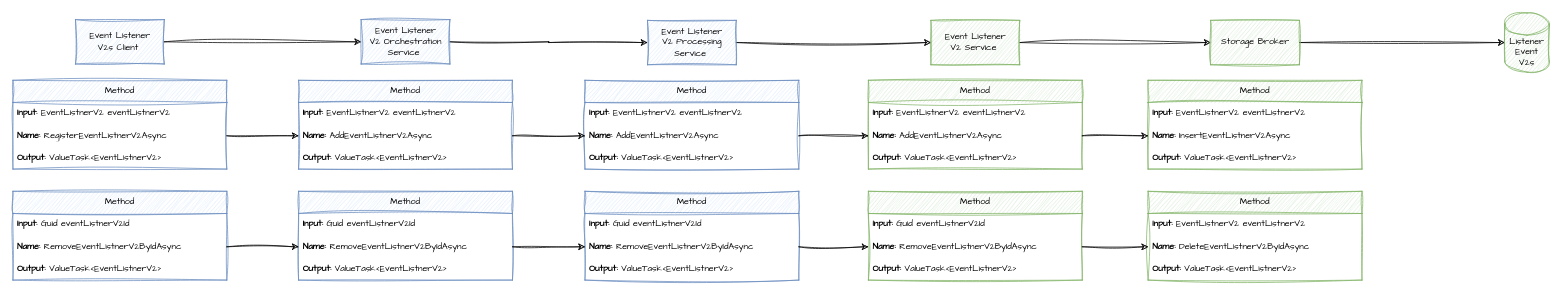
hassanhabib/EventHighway keeps this draw.io diagram as page "REGISTER AND REMOVE EVENT LISTENER V2" (4 of 5) of EventHighway.Designs/EVENTS.drawio. Above is the earlier version. Source tidied: cells renumbered, new cells numbered last; positions are measured from the earlier drawing's top-left corner, leaving out a move shared by most shapes. Both pictures are drawn from the tidied source at 74%, with x=0, y=0 at pixel (13, 13).
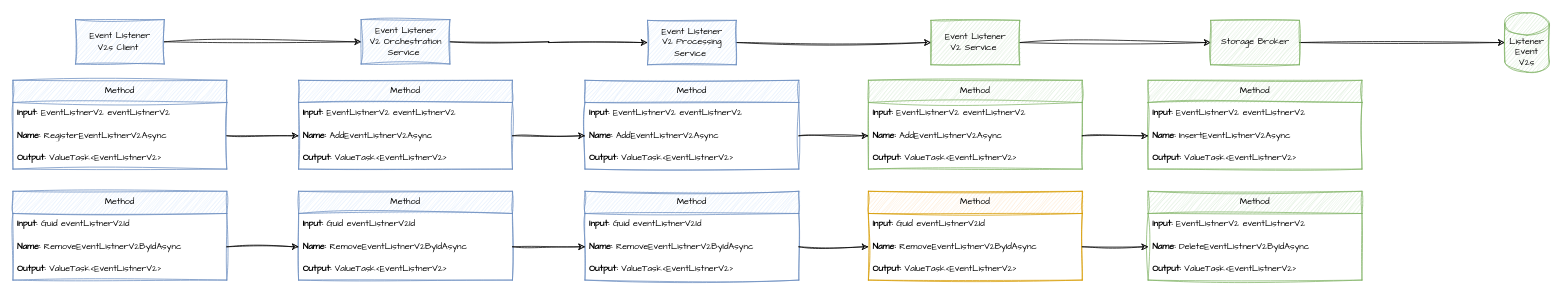
The same page after the edit.

Change to the diagram source:
```diff
@@
-    <mxCell id="40" value="Method" style="swimlane;fontStyle=0;horizontal=1;startSize=30;whiteSpace=wrap;html=1;sketch=1;hachureGap=4;jiggle=2;curveFitting=1;fontFamily=Architects Daughter;fillColor=#d5e8d4;strokeColor=#82b366;" parent="1" vertex="1">
+    <mxCell id="40" value="Method" style="swimlane;fontStyle=0;horizontal=1;startSize=30;whiteSpace=wrap;html=1;sketch=1;hachureGap=4;jiggle=2;curveFitting=1;fontFamily=Architects Daughter;fillColor=#ffe6cc;strokeColor=#d79b00;" parent="1" vertex="1">
       <mxGeometry x="1156" y="241" width="289" height="120" as="geometry" />
     </mxCell>
```
